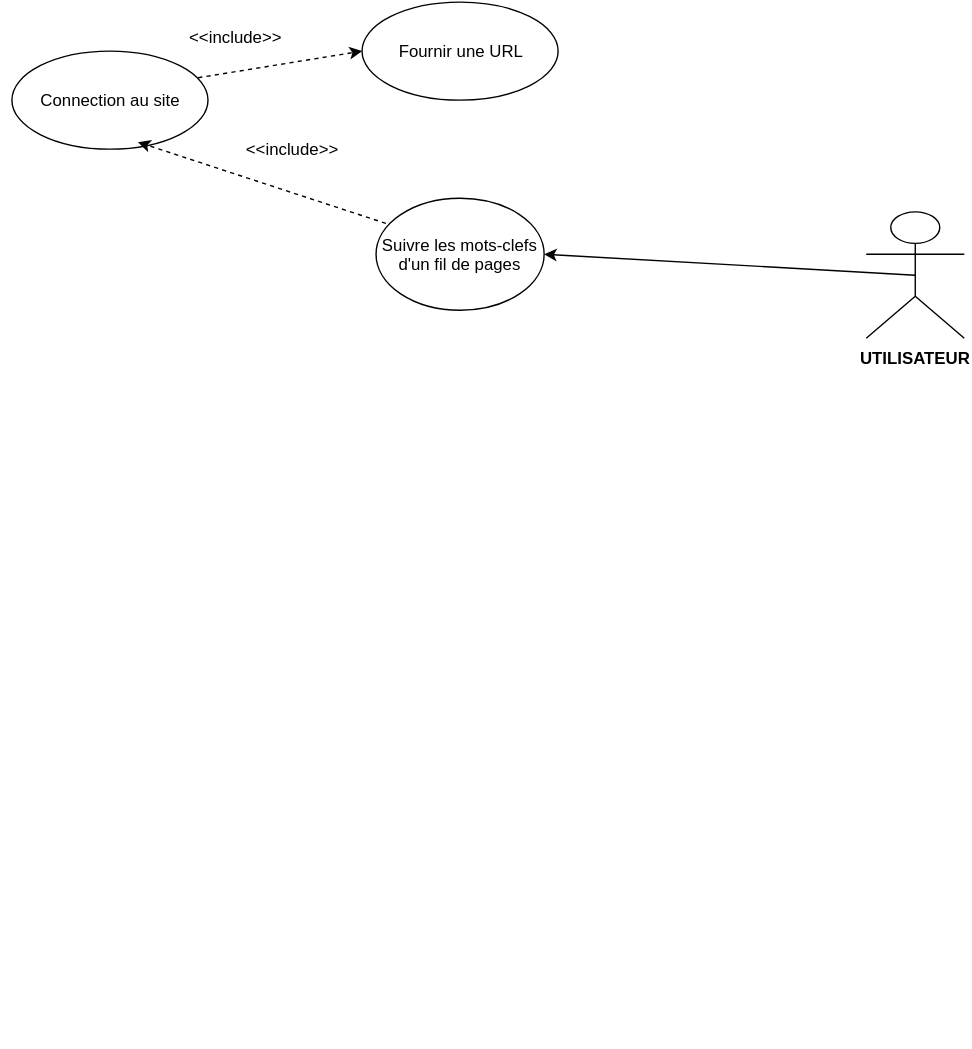
The draw.io diagram 29-04/UseCase.svg in Zeriuno/crawler, before a commit. Source tidied: cells renumbered, new cells last; positions are measured from the earlier drawing's top-left corner, leaving out a move shared by most shapes.
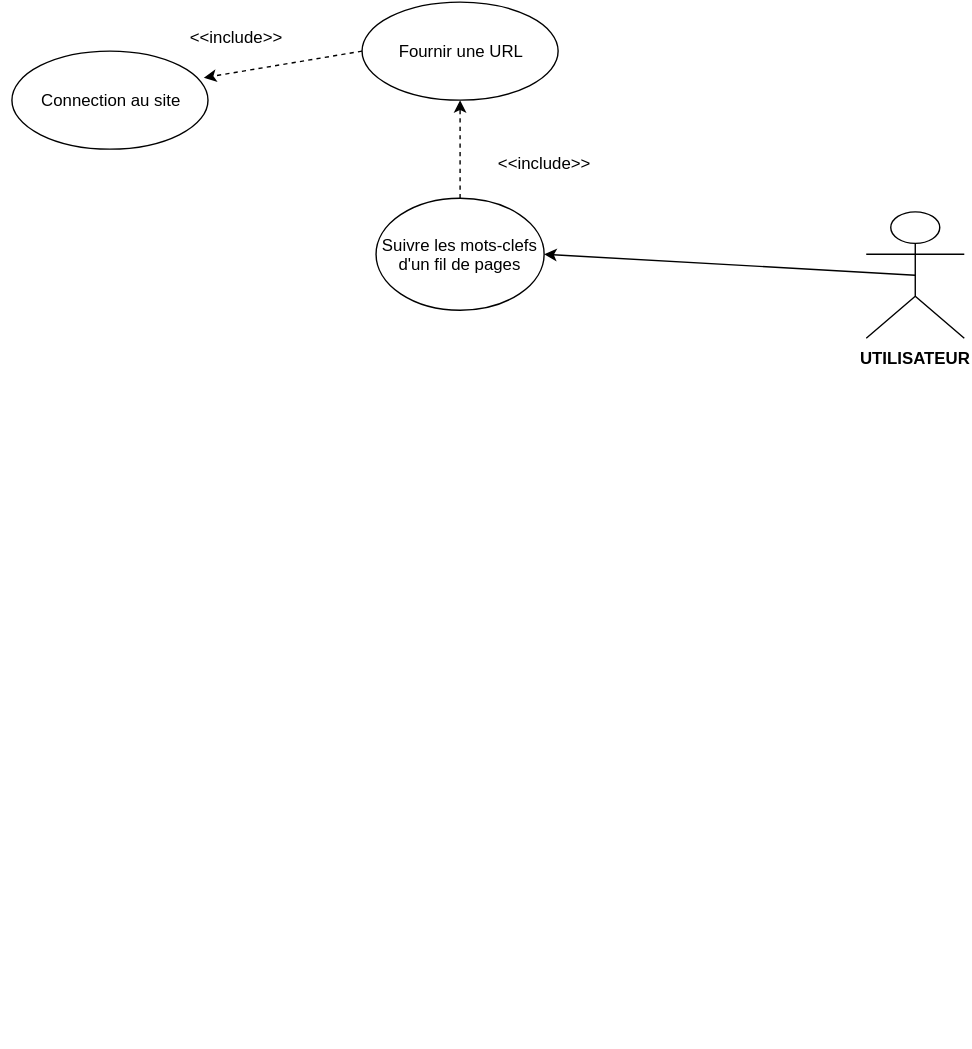
The same diagram one commit later.

Commit message:
Pas de XML: le SVG suffit et peut être vu dans un navigateur. MAJ UseCase: le png n'est plus à jour, supprimé

What changed in the source:
```diff
@@ -18,20 +18,18 @@
       </mxGeometry>
     </mxCell>
     <mxCell id="6" value="&amp;lt;&amp;lt;include&amp;gt;&amp;gt;" style="text;html=1;strokeColor=none;fillColor=none;align=center;verticalAlign=middle;whiteSpace=wrap;overflow=hidden;" parent="1" vertex="1">
-      <mxGeometry x="160" y="95" width="80" height="20" as="geometry" />
+      <mxGeometry x="340" y="105" width="80" height="20" as="geometry" />
     </mxCell>
     <mxCell id="7" value="Suivre les mots-clefs d'un fil de pages&lt;br&gt;" style="ellipse;whiteSpace=wrap;html=1;" parent="1" vertex="1">
       <mxGeometry x="260" y="140" width="120" height="80" as="geometry" />
     </mxCell>
-    <mxCell id="8" style="endArrow=classic;html=1;exitX=0.058;exitY=0.225;exitPerimeter=0;dashed=1;" parent="1" edge="1" source="7">
-      <mxGeometry relative="1" as="geometry">
-        <mxPoint x="90" y="100" as="targetPoint" />
-      </mxGeometry>
+    <mxCell id="8" style="endArrow=classic;html=1;exitX=0.5;exitY=0;dashed=1;entryX=0.5;entryY=1;" parent="1" edge="1" source="7" target="3">
+      <mxGeometry relative="1" as="geometry" />
     </mxCell>
     <mxCell id="9" value="&amp;lt;&amp;lt;include&amp;gt;&amp;gt;" style="text;html=1;strokeColor=none;fillColor=none;align=center;verticalAlign=middle;whiteSpace=wrap;overflow=hidden;" parent="1" vertex="1">
       <mxGeometry x="124" y="15" width="72" height="20" as="geometry" />
     </mxCell>
-    <mxCell id="10" style="endArrow=classic;html=1;dashed=1;entryX=0;entryY=0.5;exitX=0.95;exitY=0.271;exitPerimeter=0;" parent="1" edge="1" source="2" target="3">
+    <mxCell id="10" style="endArrow=classic;html=1;dashed=1;entryX=0.979;entryY=0.271;entryPerimeter=0;exitX=0;exitY=0.5;" parent="1" edge="1" source="3" target="2">
       <mxGeometry relative="1" as="geometry" />
     </mxCell>
     <mxCell id="11" style="endArrow=classic;html=1;exitX=0.5;exitY=0.5;exitPerimeter=0;entryX=1;entryY=0.5;" parent="1" edge="1" source="4" target="7">
```
